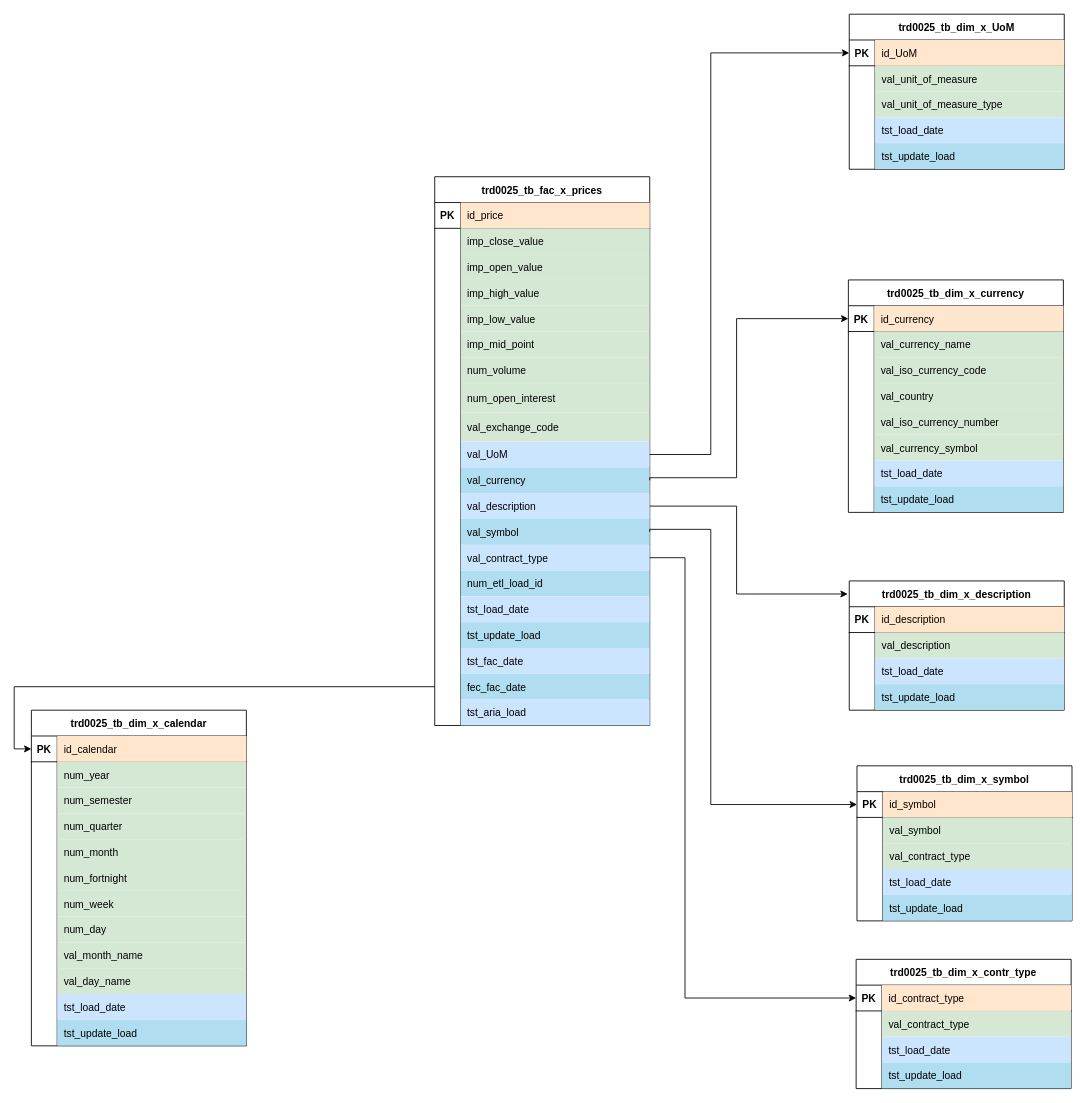
This is ModeloDatosMiniPoc.drawio from robertoOlmedo/TDDPublic, a draw.io file, before an edit. Source tidied: cells renumbered, new cells numbered last; positions are measured from the earlier drawing's top-left corner, leaving out a move shared by most shapes. Both pictures are drawn from the tidied source at 86%, with x=0, y=0 at pixel (31, 14).
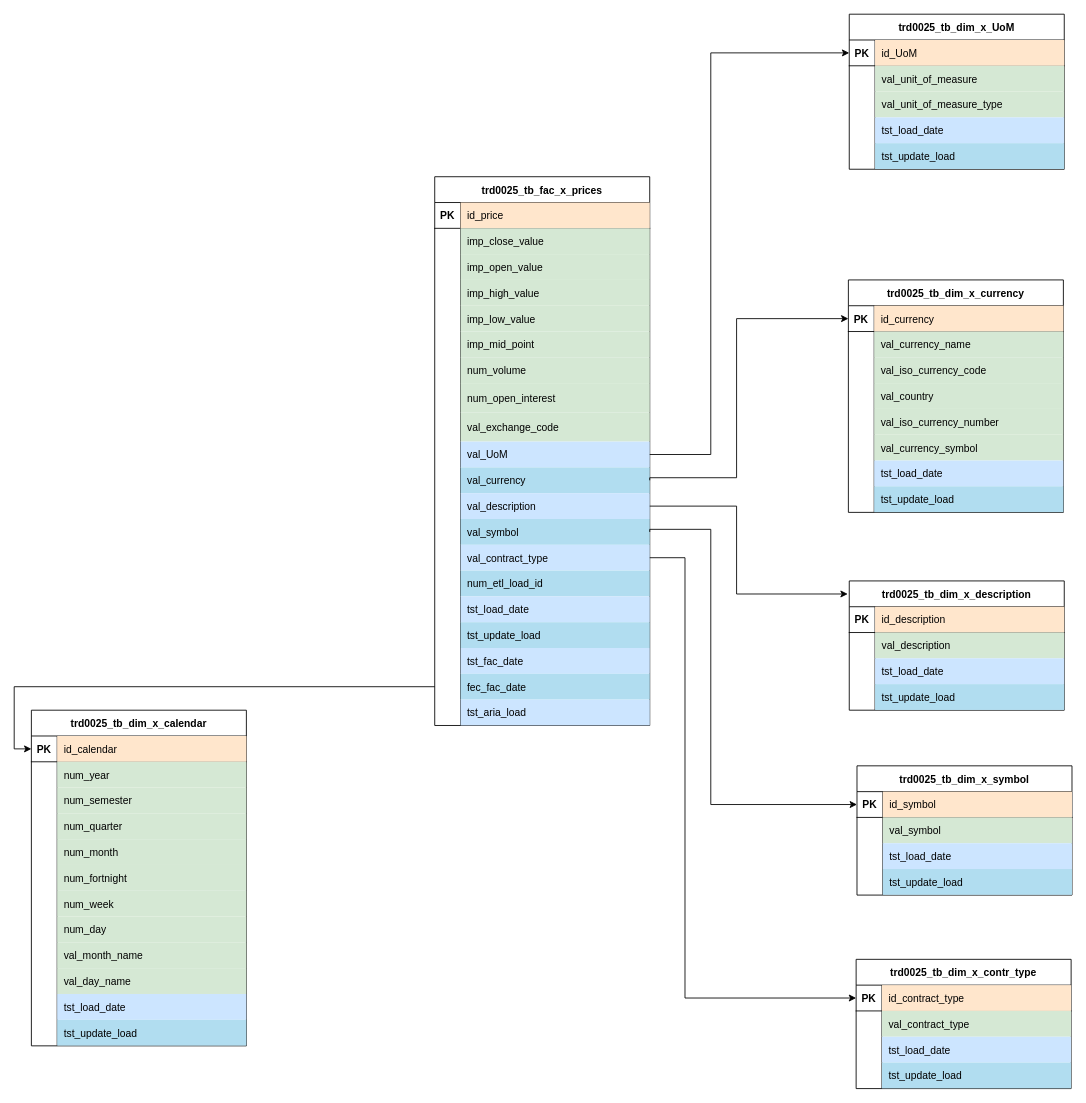
Above is the later version.

Commit message:
Borrado contract type como valor en la dimensión symbol

Diff of the diagram source:
```diff
@@
     <mxCell id="104" value="trd0025_tb_dim_x_symbol" style="shape=table;startSize=30;childLayout=tableLayout;rowLines=0;fontStyle=1;align=center;strokeColor=#000000;rounded=0;" parent="1" vertex="1">
-      <mxGeometry x="960" y="874" width="250" height="180.3" as="geometry" />
+      <mxGeometry x="960" y="874" width="250" height="150.3" as="geometry" />
     </mxCell>
@@
-    <mxCell id="111" style="shape=partialRectangle;fillColor=none;top=0;left=0;right=0;bottom=0;rounded=0;" parent="104" vertex="1">
-      <mxGeometry y="90" width="250" height="30" as="geometry" />
-    </mxCell>
-    <mxCell id="112" style="shape=partialRectangle;overflow=hidden;fillColor=none;top=0;left=0;bottom=0;right=0;rounded=0;" parent="111" vertex="1">
-      <mxGeometry width="30" height="30" as="geometry" />
-    </mxCell>
-    <mxCell id="113" value="val_contract_type" style="shape=partialRectangle;overflow=hidden;fillColor=#d5e8d4;top=0;left=0;bottom=0;right=0;align=left;spacingLeft=6;strokeColor=#82b366;perimeterSpacing=1;rounded=0;" parent="111" vertex="1">
-      <mxGeometry x="30" width="220" height="30" as="geometry" />
-    </mxCell>
     <mxCell id="114" style="shape=partialRectangle;fillColor=none;top=0;left=0;right=0;bottom=0;rounded=0;" parent="104" vertex="1">
-      <mxGeometry y="120" width="250" height="30" as="geometry" />
+      <mxGeometry y="90" width="250" height="30" as="geometry" />
     </mxCell>
@@
     <mxCell id="117" style="shape=partialRectangle;fillColor=none;top=0;left=0;right=0;bottom=0;rounded=0;" parent="104" vertex="1">
-      <mxGeometry y="150" width="250" height="30" as="geometry" />
+      <mxGeometry y="120" width="250" height="30" as="geometry" />
     </mxCell>
```
